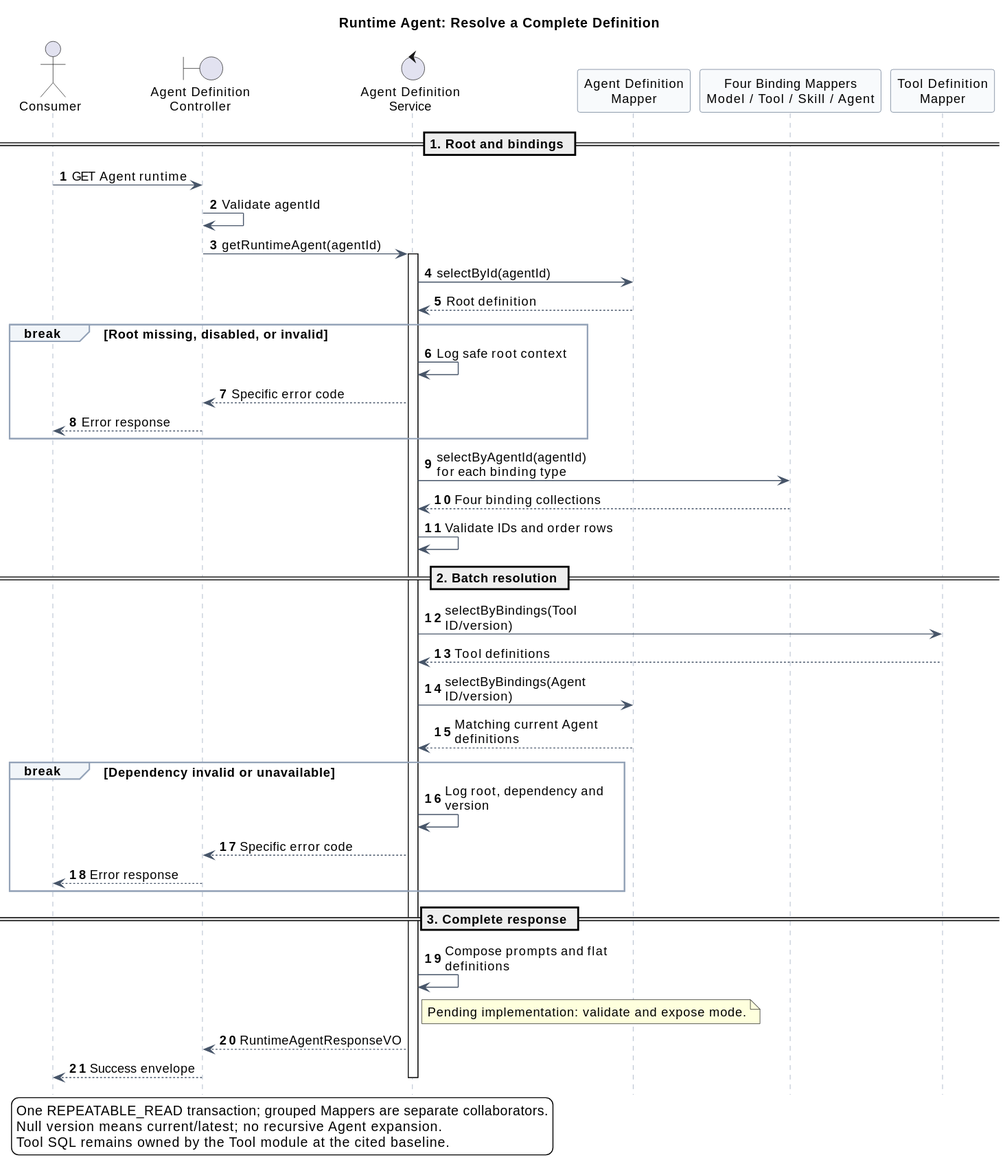
Before: 03-数据与存储/02-Agent元数据GaussDB/runtime_agent_query_flow.svg, a diagram exported from PlantUML (ssm0808/pi-mono-java-design).
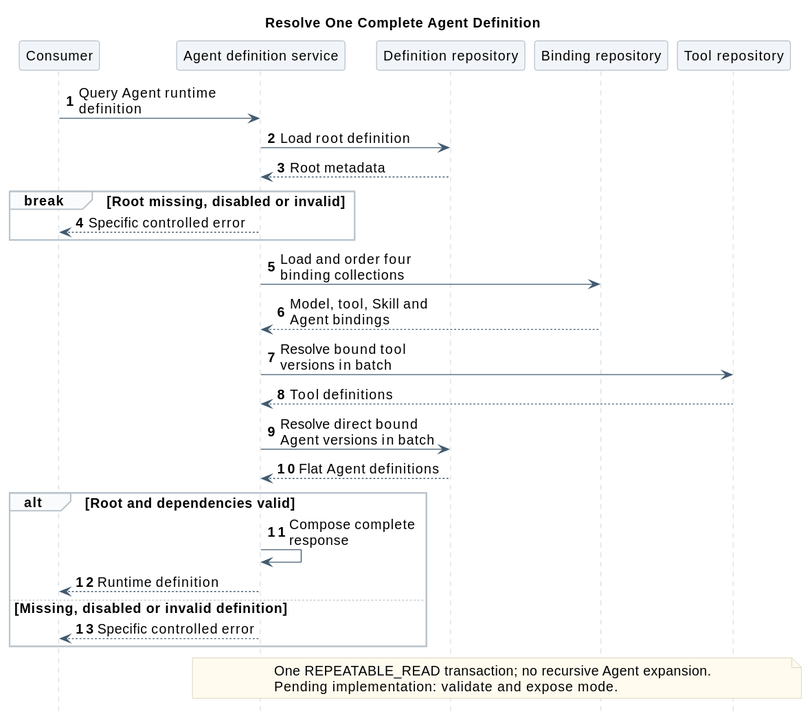
After the change.

The edit, as a diff of the source:
```diff
@@ -1,67 +1,47 @@
 @startuml
-title Runtime Agent: Resolve a Complete Definition
+skinparam backgroundColor white
+skinparam defaultFontName SansSerif
+skinparam defaultFontSize 14
+skinparam shadowing false
+skinparam sequenceMessageAlign left
+skinparam maxMessageSize 180
+skinparam sequenceArrowColor #425B70
+skinparam sequenceLifeLineBorderColor #BAC4CC
+skinparam sequenceParticipantBackgroundColor #F1F5F9
+skinparam sequenceParticipantBorderColor #8496A4
+skinparam sequenceGroupBackgroundColor #FAFBFC
+skinparam sequenceGroupBorderColor #BAC4CC
+skinparam noteBackgroundColor #FFFBEF
+skinparam noteBorderColor #D2C6A5
+hide footbox
 autonumber
-hide footbox
-skinparam backgroundColor white
-skinparam shadowing false
-skinparam defaultFontSize 13
-skinparam maxMessageSize 190
-skinparam BoxPadding 10
-skinparam sequence {
-  ArrowColor #475569
-  LifeLineBorderColor #94A3B8
-  ParticipantBorderColor #64748B
-  ParticipantBackgroundColor #F8FAFC
-  GroupBorderColor #94A3B8
-  GroupBackgroundColor #F1F5F9
-}
 
-actor Consumer
-boundary "Agent Definition\nController" as Controller
-control "Agent Definition\nService" as Service
-participant "Agent Definition\nMapper" as Definition
-participant "Four Binding Mappers\nModel / Tool / Skill / Agent" as Bindings
-participant "Tool Definition\nMapper" as Tools
-
-== 1. Root and bindings ==
-Consumer -> Controller : GET Agent runtime
-Controller -> Controller : Validate agentId
-Controller -> Service : getRuntimeAgent(agentId)
-activate Service
-Service -> Definition : selectById(agentId)
-Definition --> Service : Root definition
-break Root missing, disabled, or invalid
-  Service -> Service : Log safe root context
-  Service --> Controller : Specific error code
-  Controller --> Consumer : Error response
+title Resolve One Complete Agent Definition
+participant Consumer
+participant "Agent definition service" as Service
+participant "Definition repository" as Definition
+participant "Binding repository" as Bindings
+participant "Tool repository" as Tools
+Consumer -> Service : Query Agent runtime definition
+Service -> Definition : Load root definition
+Definition --> Service : Root metadata
+break Root missing, disabled or invalid
+  Service --> Consumer : Specific controlled error
 end
-Service -> Bindings : selectByAgentId(agentId)\nfor each binding type
-Bindings --> Service : Four binding collections
-Service -> Service : Validate IDs and order rows
-
-== 2. Batch resolution ==
-Service -> Tools : selectByBindings(Tool ID/version)
+Service -> Bindings : Load and order four binding collections
+Bindings --> Service : Model, tool, Skill and Agent bindings
+Service -> Tools : Resolve bound tool versions in batch
 Tools --> Service : Tool definitions
-Service -> Definition : selectByBindings(Agent ID/version)
-Definition --> Service : Matching current Agent definitions
-break Dependency invalid or unavailable
-  Service -> Service : Log root, dependency and version
-  Service --> Controller : Specific error code
-  Controller --> Consumer : Error response
+Service -> Definition : Resolve direct bound Agent versions in batch
+Definition --> Service : Flat Agent definitions
+alt Root and dependencies valid
+  Service -> Service : Compose complete response
+  Service --> Consumer : Runtime definition
+else Missing, disabled or invalid definition
+  Service --> Consumer : Specific controlled error
 end
-
-== 3. Complete response ==
-Service -> Service : Compose prompts and flat definitions
-note right of Service
-Pending implementation: validate and expose mode.
+note over Service,Tools
+  One REPEATABLE_READ transaction; no recursive Agent expansion.
+  Pending implementation: validate and expose mode.
 end note
-Service --> Controller : RuntimeAgentResponseVO
-Controller --> Consumer : Success envelope
- deactivate Service
-
-legend bottom left
-One REPEATABLE_READ transaction; grouped Mappers are separate collaborators.
-Null version means current/latest; no recursive Agent expansion.
-Tool SQL remains owned by the Tool module at the cited baseline.
-endlegend
 @enduml
```
